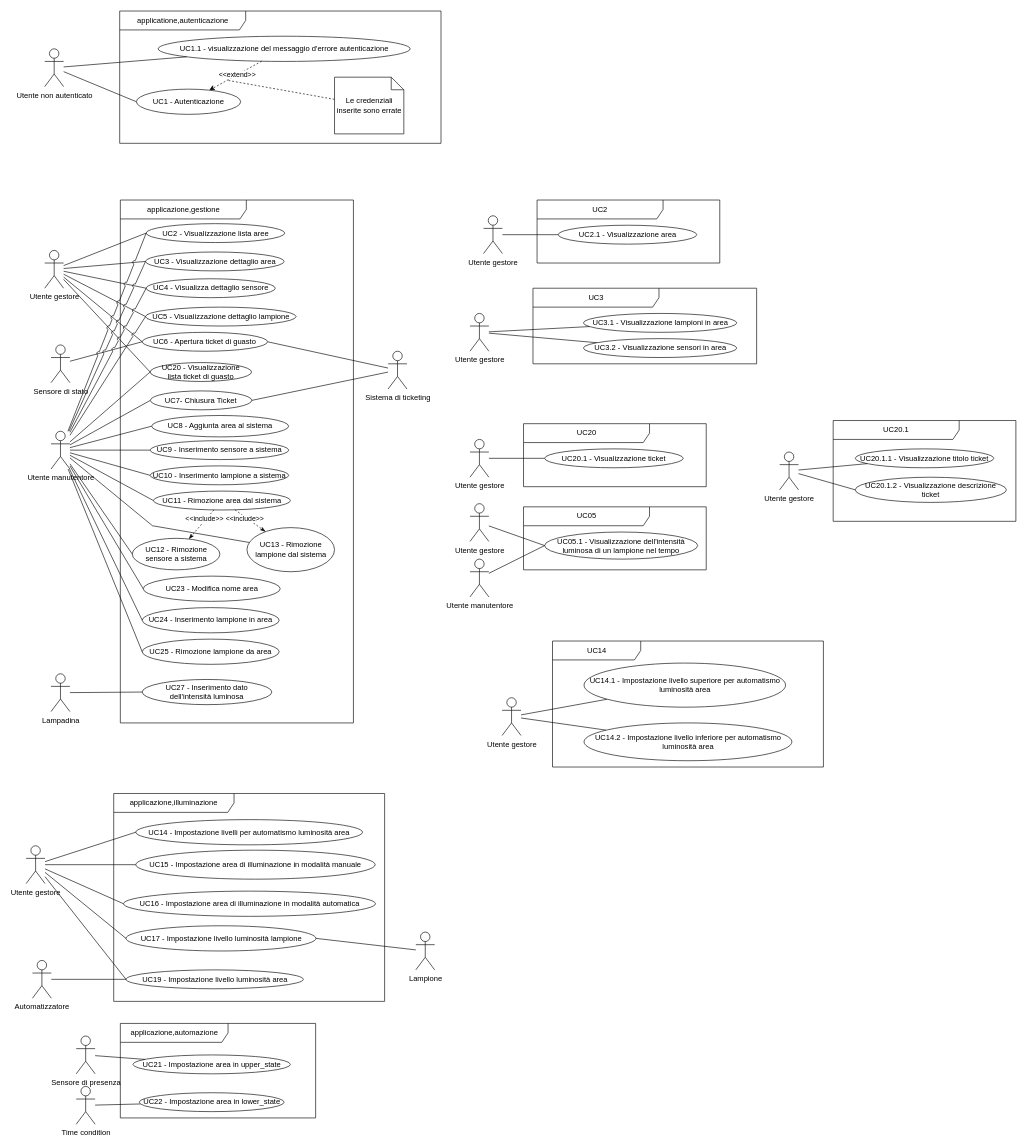
SWEasabi/analisi-dei-requisiti keeps this draw.io diagram as page "OK" (1 of 8) of casi_uso_grafici.drawio. Above is the earlier version. Source tidied: cells renumbered, new cells numbered last; positions are measured from the earlier drawing's top-left corner, leaving out a move shared by most shapes. Both pictures are drawn from the tidied source at 63%, with x=0, y=0 at pixel (26, 11).
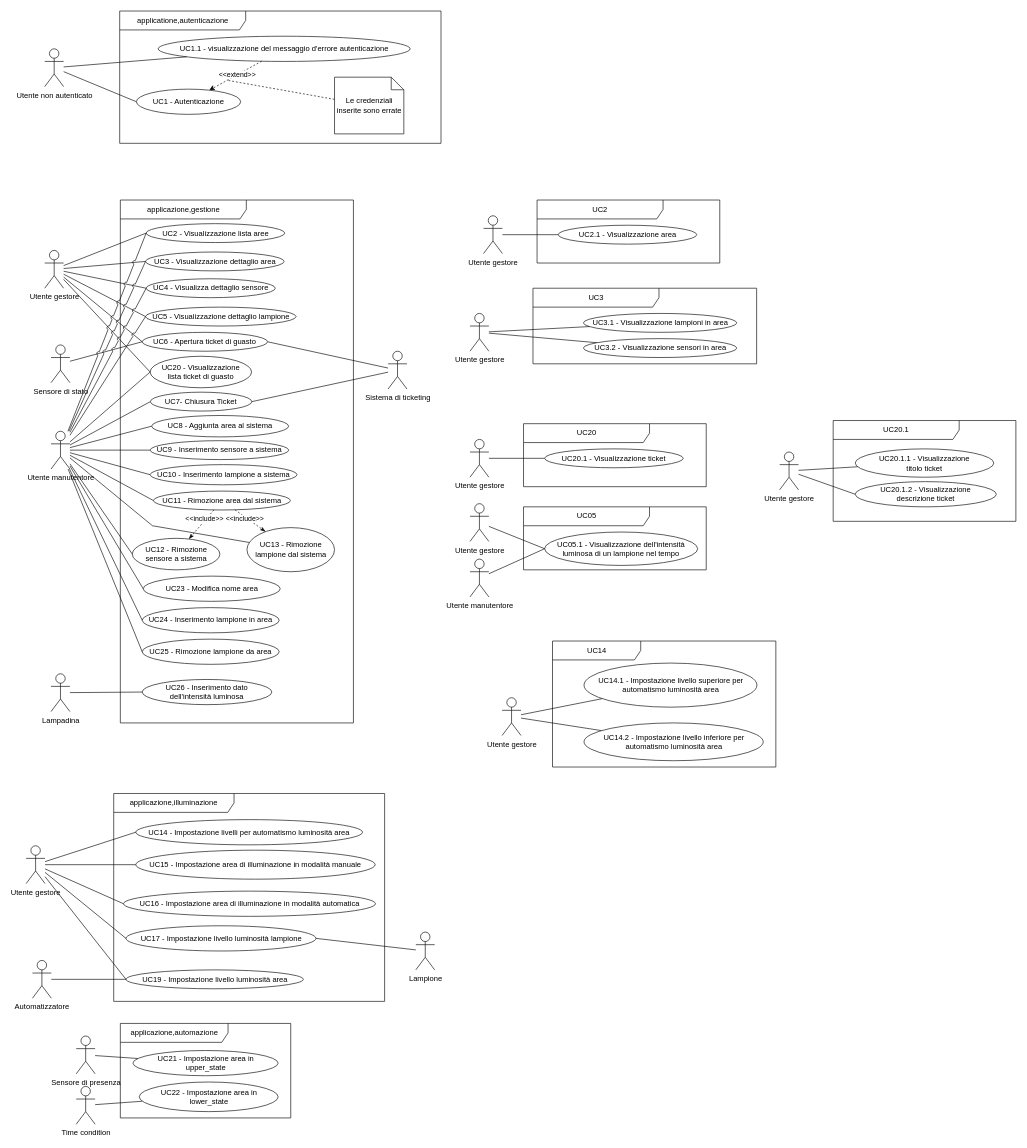
Above is the later version.

Change to the diagram source:
```diff
@@
     <mxCell id="29" value="UC14" style="shape=umlFrame;whiteSpace=wrap;html=1;width=140;height=30;" parent="1" vertex="1">
-      <mxGeometry x="835.5" y="1000" width="430" height="200" as="geometry" />
+      <mxGeometry x="835.5" y="1000" width="354.5" height="200" as="geometry" />
     </mxCell>
@@
-    <mxCell id="33" value="UC14.1 - Impostazione livello superiore per automatismo luminosità area" style="ellipse;whiteSpace=wrap;html=1;" parent="1" vertex="1">
-      <mxGeometry x="885.5" y="1035" width="320" height="70" as="geometry" />
+    <mxCell id="33" value="UC14.1 - Impostazione livello superiore per &lt;br&gt;automatismo luminosità area" style="ellipse;whiteSpace=wrap;html=1;" parent="1" vertex="1">
+      <mxGeometry x="885.5" y="1035" width="274.5" height="70" as="geometry" />
     </mxCell>
-    <mxCell id="34" value="UC14.2 - Impostazione livello inferiore per automatismo luminosità area" style="ellipse;whiteSpace=wrap;html=1;" parent="1" vertex="1">
-      <mxGeometry x="885.5" y="1130" width="330" height="60" as="geometry" />
+    <mxCell id="34" value="UC14.2 - Impostazione livello inferiore per &lt;br&gt;automatismo luminosità area" style="ellipse;whiteSpace=wrap;html=1;" parent="1" vertex="1">
+      <mxGeometry x="885.5" y="1130" width="284.5" height="60" as="geometry" />
     </mxCell>
@@
     <mxCell id="53" value="UC10 - Inserimento lampione a sistema" style="ellipse;whiteSpace=wrap;html=1;" parent="1" vertex="1">
-      <mxGeometry x="196.8" y="722" width="220" height="30" as="geometry" />
+      <mxGeometry x="196.8" y="720" width="233.2" height="32" as="geometry" />
     </mxCell>
@@
     <mxCell id="57" value="UC7- Chiusura Ticket" style="ellipse;whiteSpace=wrap;html=1;" parent="1" vertex="1">
-      <mxGeometry x="197.2" y="603" width="161" height="30" as="geometry" />
+      <mxGeometry x="197.2" y="605" width="161" height="30" as="geometry" />
     </mxCell>
@@
     <mxCell id="79" value="applicazione,automazione" style="shape=umlFrame;whiteSpace=wrap;html=1;width=171;height=30;" parent="1" vertex="1">
-      <mxGeometry x="149.5" y="1607" width="310" height="150" as="geometry" />
+      <mxGeometry x="149.5" y="1607" width="270.5" height="150" as="geometry" />
     </mxCell>
@@
-    <mxCell id="82" value="UC21 - Impostazione area in upper_state" style="ellipse;whiteSpace=wrap;html=1;gradientColor=none;" parent="1" vertex="1">
-      <mxGeometry x="169.5" y="1657" width="250" height="30" as="geometry" />
+    <mxCell id="82" value="UC21 - Impostazione area in &lt;br&gt;upper_state" style="ellipse;whiteSpace=wrap;html=1;gradientColor=none;" parent="1" vertex="1">
+      <mxGeometry x="169.5" y="1650" width="230.5" height="40" as="geometry" />
     </mxCell>
@@
-    <mxCell id="85" value="UC22 - Impostazione area in lower_state" style="ellipse;whiteSpace=wrap;html=1;gradientColor=none;" parent="1" vertex="1">
-      <mxGeometry x="179.5" y="1717" width="230" height="30" as="geometry" />
+    <mxCell id="85" value="UC22 - Impostazione area in &lt;br&gt;lower_state" style="ellipse;whiteSpace=wrap;html=1;gradientColor=none;" parent="1" vertex="1">
+      <mxGeometry x="179.5" y="1700" width="220.5" height="47" as="geometry" />
     </mxCell>
@@
     <mxCell id="87" value="UC20 - Visualizzazione lista&amp;nbsp;ticket di guasto" style="ellipse;whiteSpace=wrap;html=1;" parent="1" vertex="1">
-      <mxGeometry x="196.8" y="558" width="161" height="30" as="geometry" />
+      <mxGeometry x="196.8" y="548" width="161" height="50" as="geometry" />
     </mxCell>
@@
-    <mxCell id="102" value="UC20.1.1 - Visualizzazione titolo ticket" style="ellipse;whiteSpace=wrap;html=1;" parent="1" vertex="1">
-      <mxGeometry x="1316" y="695" width="220" height="30" as="geometry" />
+    <mxCell id="102" value="UC20.1.1 - Visualizzazione &lt;br&gt;titolo ticket" style="ellipse;whiteSpace=wrap;html=1;" parent="1" vertex="1">
+      <mxGeometry x="1316" y="695" width="220" height="45" as="geometry" />
     </mxCell>
@@
-    <mxCell id="104" value="UC20.1.2 - Visualizzazione descrizione ticket" style="ellipse;whiteSpace=wrap;html=1;" parent="1" vertex="1">
-      <mxGeometry x="1316" y="740" width="240" height="40" as="geometry" />
+    <mxCell id="104" value="UC20.1.2 - Visualizzazione &lt;br&gt;descrizione ticket" style="ellipse;whiteSpace=wrap;html=1;" parent="1" vertex="1">
+      <mxGeometry x="1316" y="747" width="224" height="40" as="geometry" />
     </mxCell>
@@
-    <mxCell id="111" value="UC27 - Inserimento dato &lt;br&gt;dell'intensità luminosa" style="ellipse;whiteSpace=wrap;html=1;" parent="1" vertex="1">
+    <mxCell id="111" value="UC26 - Inserimento dato &lt;br&gt;dell'intensità luminosa" style="ellipse;whiteSpace=wrap;html=1;" parent="1" vertex="1">
       <mxGeometry x="184.2" y="1061" width="205.8" height="40" as="geometry" />
     </mxCell>
@@
     <mxCell id="115" value="UC05.1 -&amp;nbsp;&lt;span style=&quot;background-color: initial;&quot;&gt;Visualizzazione dell'intensità&lt;/span&gt;&lt;div&gt;luminosa di un lampione nel tempo&lt;/div&gt;" style="ellipse;whiteSpace=wrap;html=1;" parent="1" vertex="1">
-      <mxGeometry x="823" y="827" width="243" height="43" as="geometry" />
+      <mxGeometry x="823" y="827" width="243" height="53" as="geometry" />
     </mxCell>
```
